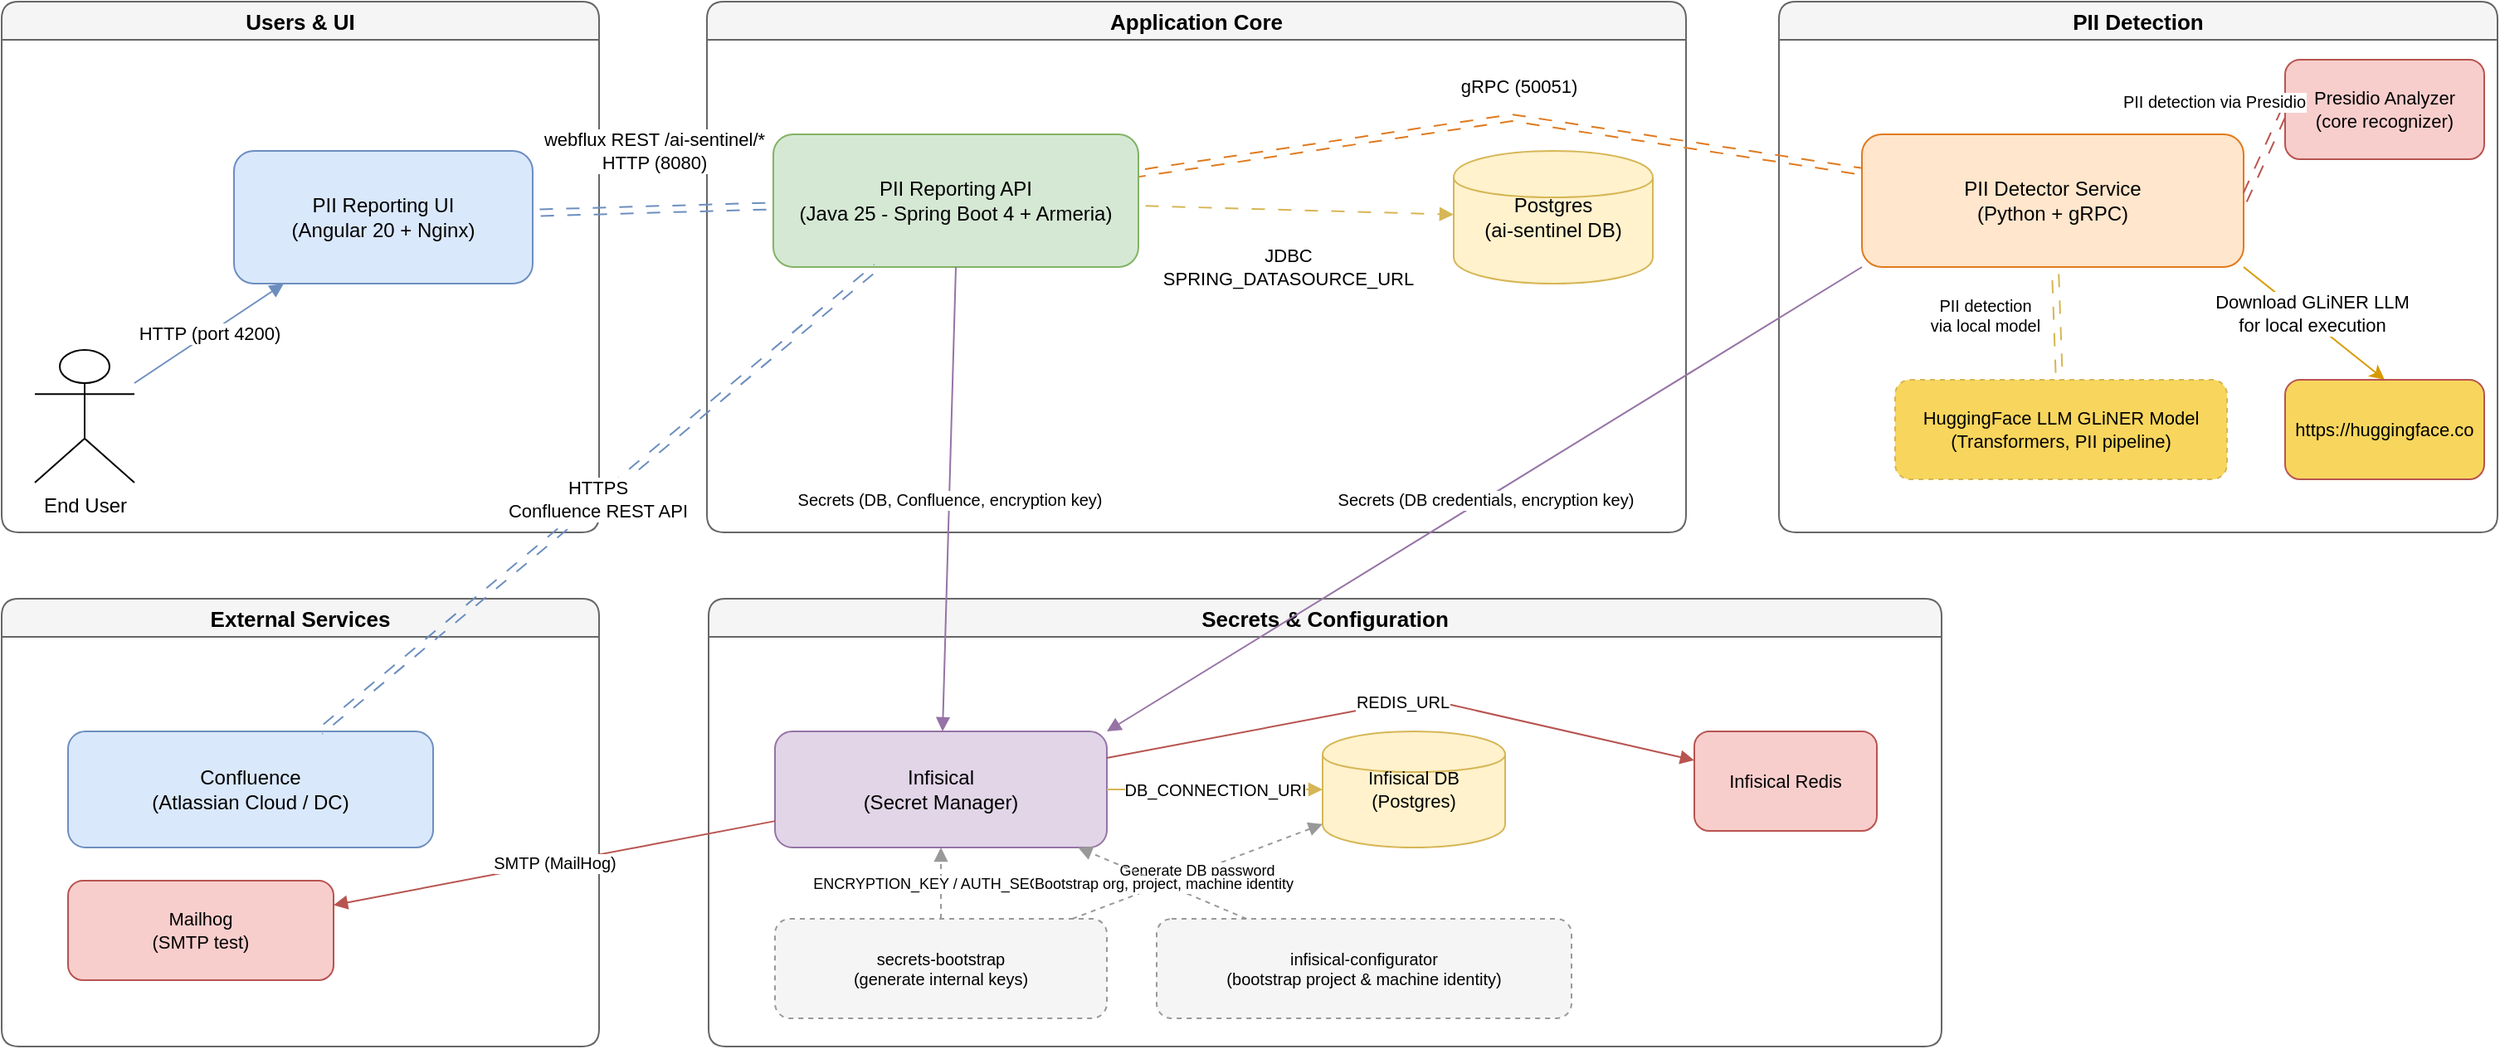
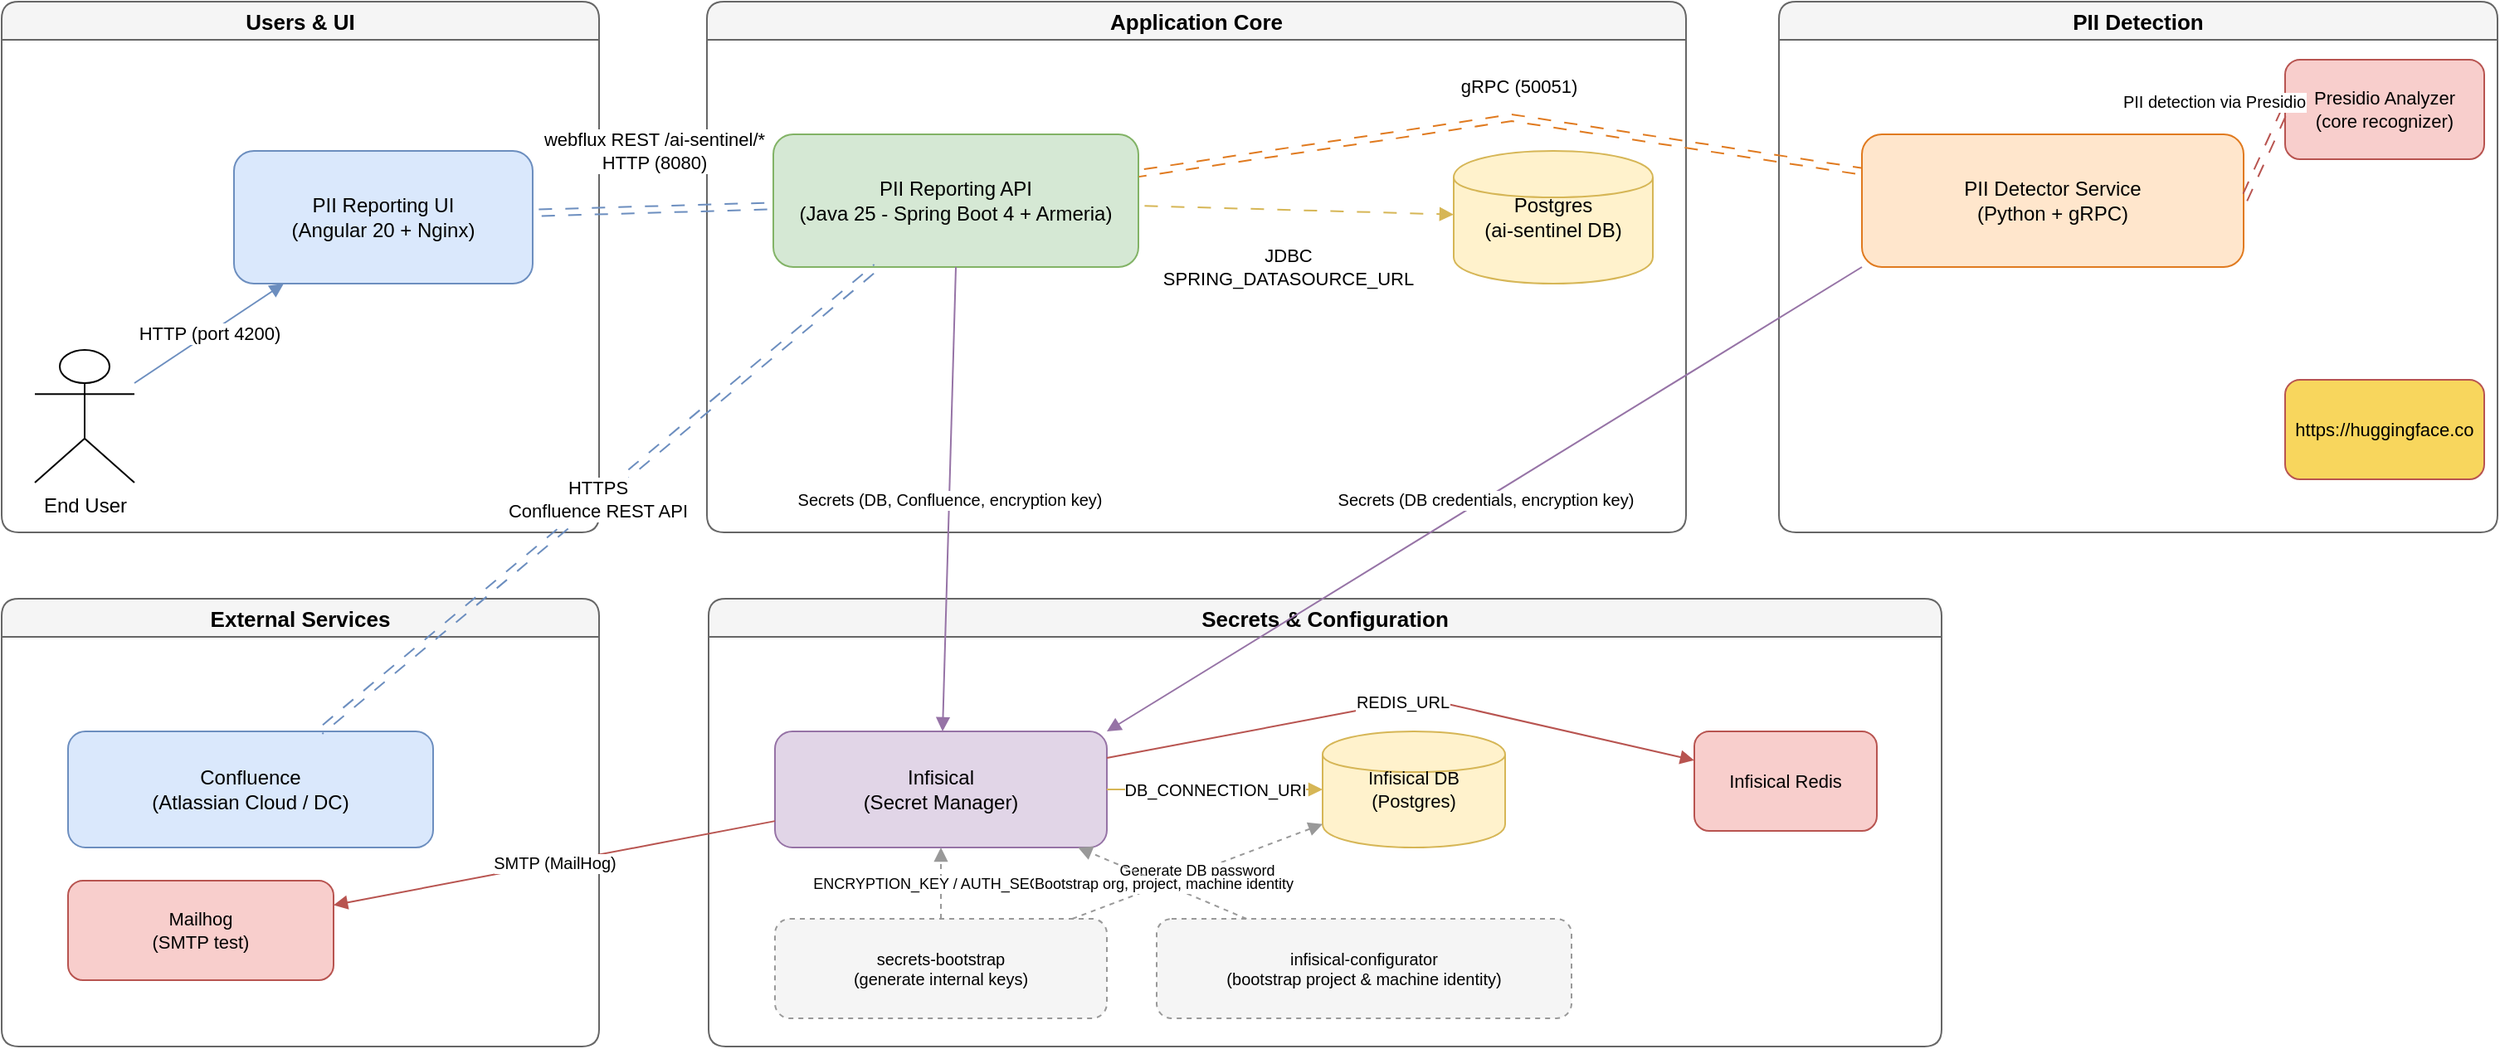
<mxfile host="app.diagrams.net" agent="Mozilla/5.0 (Windows NT 10.0; Win64; x64) AppleWebKit/537.36 (KHTML, like Gecko) Chrome/142.0.0.0 Safari/537.36" version="29.0.3">
  <diagram id="jGyH3qKUyeOlPn9naKsC" name="AI Sentinel - Component View">
    <mxGraphModel dx="1501" dy="1571" grid="0" gridSize="10" guides="0" tooltips="1" connect="1" arrows="1" fold="1" page="0" pageScale="1" pageWidth="850" pageHeight="1100" math="0" shadow="0">
      <root>
        <mxCell id="0" />
        <mxCell id="1" parent="0" />
        <mxCell id="QbP0zrG1yisw16LyJvj7-76" value="Users &amp; UI" style="swimlane;rounded=1;fillColor=#f5f5f5;strokeColor=#666666;fontStyle=1;fontSize=13;" parent="1" vertex="1">
          <mxGeometry x="40" y="40" width="360" height="320" as="geometry" />
        </mxCell>
        <mxCell id="QbP0zrG1yisw16LyJvj7-77" value="End User" style="shape=umlActor;verticalLabelPosition=bottom;verticalAlign=top;html=1;fontSize=12;" parent="QbP0zrG1yisw16LyJvj7-76" vertex="1">
          <mxGeometry x="20" y="210" width="60" height="80" as="geometry" />
        </mxCell>
        <mxCell id="QbP0zrG1yisw16LyJvj7-78" value="PII Reporting UI&lt;br&gt;(Angular 20 + Nginx)" style="shape=rectangle;rounded=1;whiteSpace=wrap;html=1;fillColor=#dae8fc;strokeColor=#6c8ebf;fontSize=12;" parent="QbP0zrG1yisw16LyJvj7-76" vertex="1">
          <mxGeometry x="140" y="90" width="180" height="80" as="geometry" />
        </mxCell>
        <mxCell id="QbP0zrG1yisw16LyJvj7-79" value="HTTP (port 4200)" style="endArrow=block;html=1;strokeColor=#6c8ebf;fontSize=11;" parent="QbP0zrG1yisw16LyJvj7-76" source="QbP0zrG1yisw16LyJvj7-77" target="QbP0zrG1yisw16LyJvj7-78" edge="1">
          <mxGeometry relative="1" as="geometry" />
        </mxCell>
        <mxCell id="QbP0zrG1yisw16LyJvj7-80" value="Application Core" style="swimlane;rounded=1;fillColor=#f5f5f5;strokeColor=#666666;fontStyle=1;fontSize=13;" parent="1" vertex="1">
          <mxGeometry x="465" y="40" width="590" height="320" as="geometry" />
        </mxCell>
        <mxCell id="QbP0zrG1yisw16LyJvj7-81" value="PII Reporting API&lt;br&gt;(Java 25 - Spring Boot 4 + Armeria)" style="shape=rectangle;rounded=1;whiteSpace=wrap;html=1;fillColor=#d5e8d4;strokeColor=#82b366;fontSize=12;" parent="QbP0zrG1yisw16LyJvj7-80" vertex="1">
          <mxGeometry x="40" y="80" width="220" height="80" as="geometry" />
        </mxCell>
        <mxCell id="QbP0zrG1yisw16LyJvj7-82" value="Postgres&#xa;(ai-sentinel DB)" style="shape=cylinder;whiteSpace=wrap;html=1;fillColor=#fff2cc;strokeColor=#d6b656;fontSize=12;" parent="QbP0zrG1yisw16LyJvj7-80" vertex="1">
          <mxGeometry x="450" y="90" width="120" height="80" as="geometry" />
        </mxCell>
        <mxCell id="QbP0zrG1yisw16LyJvj7-83" value="JDBC&#xa;SPRING_DATASOURCE_URL" style="endArrow=block;html=1;strokeColor=#d6b656;fontSize=11;flowAnimation=1;" parent="QbP0zrG1yisw16LyJvj7-80" source="QbP0zrG1yisw16LyJvj7-81" target="QbP0zrG1yisw16LyJvj7-82" edge="1">
          <mxGeometry x="-0.0426" y="-34" relative="1" as="geometry">
            <mxPoint as="offset" />
          </mxGeometry>
        </mxCell>
        <mxCell id="QbP0zrG1yisw16LyJvj7-84" value="webflux REST /ai-sentinel/*&lt;br&gt;HTTP (8080)" style="endArrow=block;html=1;strokeColor=#6c8ebf;fontSize=11;shape=link;flowAnimation=1;" parent="1" source="QbP0zrG1yisw16LyJvj7-78" target="QbP0zrG1yisw16LyJvj7-81" edge="1">
          <mxGeometry x="0.0184" y="35" relative="1" as="geometry">
            <mxPoint as="offset" />
          </mxGeometry>
        </mxCell>
        <mxCell id="QbP0zrG1yisw16LyJvj7-85" value="PII Detection" style="swimlane;rounded=1;fillColor=#f5f5f5;strokeColor=#666666;fontStyle=1;fontSize=13;" parent="1" vertex="1">
          <mxGeometry x="1111" y="40" width="433" height="320" as="geometry" />
        </mxCell>
-         <mxCell id="LmYVKYkXQ7oPD1M7x9QE-3" style="rounded=0;orthogonalLoop=1;jettySize=auto;html=1;exitX=1;exitY=1;exitDx=0;exitDy=0;entryX=0.5;entryY=0;entryDx=0;entryDy=0;fillColor=#ffe6cc;strokeColor=#d79b00;" edge="1" parent="QbP0zrG1yisw16LyJvj7-85" source="QbP0zrG1yisw16LyJvj7-86" target="LmYVKYkXQ7oPD1M7x9QE-1">
-           <mxGeometry relative="1" as="geometry" />
-         </mxCell>
-         <mxCell id="LmYVKYkXQ7oPD1M7x9QE-4" value="Download GLiNER LLM &lt;br&gt;for local execution" style="edgeLabel;html=1;align=center;verticalAlign=middle;resizable=0;points=[];" vertex="1" connectable="0" parent="LmYVKYkXQ7oPD1M7x9QE-3">
-           <mxGeometry x="-0.4384" relative="1" as="geometry">
-             <mxPoint x="17" y="9" as="offset" />
-           </mxGeometry>
-         </mxCell>
        <mxCell id="QbP0zrG1yisw16LyJvj7-86" value="PII Detector Service&#xa;(Python + gRPC)" style="shape=rectangle;rounded=1;whiteSpace=wrap;html=1;fillColor=#ffe6cc;strokeColor=#e07a1f;fontSize=12;" parent="QbP0zrG1yisw16LyJvj7-85" vertex="1">
          <mxGeometry x="50" y="80" width="230" height="80" as="geometry" />
        </mxCell>
-         <mxCell id="QbP0zrG1yisw16LyJvj7-87" value="HuggingFace LLM GLiNER Model&lt;br&gt;(Transformers, PII pipeline)" style="shape=rectangle;rounded=1;dashed=1;whiteSpace=wrap;html=1;fillColor=#F8D65D;strokeColor=#d6b656;fontSize=11;" parent="QbP0zrG1yisw16LyJvj7-85" vertex="1">
-           <mxGeometry x="70" y="228" width="200" height="60" as="geometry" />
-         </mxCell>
        <mxCell id="QbP0zrG1yisw16LyJvj7-88" value="Presidio Analyzer&lt;br&gt;(core recognizer)" style="shape=rectangle;rounded=1;whiteSpace=wrap;html=1;fillColor=#f8cecc;strokeColor=#b85450;fontSize=11;" parent="QbP0zrG1yisw16LyJvj7-85" vertex="1">
          <mxGeometry x="305" y="35" width="120" height="60" as="geometry" />
-         </mxCell>
-         <mxCell id="QbP0zrG1yisw16LyJvj7-89" value="PII detection &lt;br&gt;via local model" style="endArrow=block;html=1;strokeColor=#d6b656;fontSize=10;flowAnimation=1;shape=link;" parent="QbP0zrG1yisw16LyJvj7-85" source="QbP0zrG1yisw16LyJvj7-86" target="QbP0zrG1yisw16LyJvj7-87" edge="1">
-           <mxGeometry x="-0.1872" y="-43" relative="1" as="geometry">
-             <mxPoint as="offset" />
-           </mxGeometry>
        </mxCell>
        <mxCell id="QbP0zrG1yisw16LyJvj7-90" value="PII detection via Presidio" style="endArrow=block;html=1;strokeColor=#b85450;fontSize=10;flowAnimation=1;shape=link;entryX=0;entryY=0.5;entryDx=0;entryDy=0;exitX=1;exitY=0.5;exitDx=0;exitDy=0;" parent="QbP0zrG1yisw16LyJvj7-85" edge="1" target="QbP0zrG1yisw16LyJvj7-88" source="QbP0zrG1yisw16LyJvj7-86">
          <mxGeometry x="0.5494" y="41" relative="1" as="geometry">
            <mxPoint x="228.42857142857156" y="160" as="sourcePoint" />
            <mxPoint x="335.92857142857156" y="230" as="targetPoint" />
            <mxPoint as="offset" />
          </mxGeometry>
        </mxCell>
        <mxCell id="LmYVKYkXQ7oPD1M7x9QE-1" value="https://huggingface.co" style="shape=rectangle;rounded=1;whiteSpace=wrap;html=1;fillColor=#F8D65D;strokeColor=#b85450;fontSize=11;" vertex="1" parent="QbP0zrG1yisw16LyJvj7-85">
          <mxGeometry x="305" y="228" width="120" height="60" as="geometry" />
        </mxCell>
        <mxCell id="QbP0zrG1yisw16LyJvj7-91" value="gRPC (50051)" style="endArrow=block;html=1;strokeColor=#e07a1f;fontSize=11;flowAnimation=1;shape=link;" parent="1" source="QbP0zrG1yisw16LyJvj7-81" target="QbP0zrG1yisw16LyJvj7-86" edge="1">
          <mxGeometry x="0.0499" y="20" relative="1" as="geometry">
            <Array as="points">
              <mxPoint x="950" y="110" />
            </Array>
            <mxPoint x="-3" as="offset" />
          </mxGeometry>
        </mxCell>
        <mxCell id="QbP0zrG1yisw16LyJvj7-92" value="Secrets &amp; Configuration" style="swimlane;rounded=1;fillColor=#f5f5f5;strokeColor=#666666;fontStyle=1;fontSize=13;" parent="1" vertex="1">
          <mxGeometry x="466" y="400" width="743" height="270" as="geometry" />
        </mxCell>
        <mxCell id="QbP0zrG1yisw16LyJvj7-93" value="Infisical&#xa;(Secret Manager)" style="shape=rectangle;rounded=1;whiteSpace=wrap;html=1;fillColor=#e1d5e7;strokeColor=#9673a6;fontSize=12;" parent="QbP0zrG1yisw16LyJvj7-92" vertex="1">
          <mxGeometry x="40" y="80" width="200" height="70" as="geometry" />
        </mxCell>
        <mxCell id="QbP0zrG1yisw16LyJvj7-94" value="Infisical DB&#xa;(Postgres)" style="shape=cylinder;whiteSpace=wrap;html=1;fillColor=#fff2cc;strokeColor=#d6b656;fontSize=11;" parent="QbP0zrG1yisw16LyJvj7-92" vertex="1">
          <mxGeometry x="370" y="80" width="110" height="70" as="geometry" />
        </mxCell>
        <mxCell id="QbP0zrG1yisw16LyJvj7-95" value="Infisical Redis" style="shape=rectangle;rounded=1;whiteSpace=wrap;html=1;fillColor=#f8cecc;strokeColor=#b85450;fontSize=11;" parent="QbP0zrG1yisw16LyJvj7-92" vertex="1">
          <mxGeometry x="594" y="80" width="110" height="60" as="geometry" />
        </mxCell>
        <mxCell id="QbP0zrG1yisw16LyJvj7-96" value="secrets-bootstrap&#xa;(generate internal keys)" style="shape=rectangle;rounded=1;dashed=1;whiteSpace=wrap;html=1;fillColor=#f5f5f5;strokeColor=#999999;fontSize=10;" parent="QbP0zrG1yisw16LyJvj7-92" vertex="1">
          <mxGeometry x="40" y="193" width="200" height="60" as="geometry" />
        </mxCell>
        <mxCell id="QbP0zrG1yisw16LyJvj7-97" value="infisical-configurator&#xa;(bootstrap project &amp; machine identity)" style="shape=rectangle;rounded=1;dashed=1;whiteSpace=wrap;html=1;fillColor=#f5f5f5;strokeColor=#999999;fontSize=10;" parent="QbP0zrG1yisw16LyJvj7-92" vertex="1">
          <mxGeometry x="270" y="193" width="250" height="60" as="geometry" />
        </mxCell>
        <mxCell id="QbP0zrG1yisw16LyJvj7-98" value="DB_CONNECTION_URI" style="endArrow=block;html=1;strokeColor=#d6b656;fontSize=10;" parent="QbP0zrG1yisw16LyJvj7-92" source="QbP0zrG1yisw16LyJvj7-93" target="QbP0zrG1yisw16LyJvj7-94" edge="1">
          <mxGeometry relative="1" as="geometry" />
        </mxCell>
        <mxCell id="QbP0zrG1yisw16LyJvj7-99" value="REDIS_URL" style="endArrow=block;html=1;strokeColor=#b85450;fontSize=10;" parent="QbP0zrG1yisw16LyJvj7-92" source="QbP0zrG1yisw16LyJvj7-93" target="QbP0zrG1yisw16LyJvj7-95" edge="1">
          <mxGeometry relative="1" as="geometry">
            <Array as="points">
              <mxPoint x="430" y="60" />
            </Array>
          </mxGeometry>
        </mxCell>
        <mxCell id="QbP0zrG1yisw16LyJvj7-100" value="Generate DB password" style="endArrow=block;html=1;dashed=1;strokeColor=#999999;fontSize=9;" parent="QbP0zrG1yisw16LyJvj7-92" source="QbP0zrG1yisw16LyJvj7-96" target="QbP0zrG1yisw16LyJvj7-94" edge="1">
          <mxGeometry relative="1" as="geometry" />
        </mxCell>
        <mxCell id="QbP0zrG1yisw16LyJvj7-101" value="ENCRYPTION_KEY / AUTH_SECRET" style="endArrow=block;html=1;dashed=1;strokeColor=#999999;fontSize=9;" parent="QbP0zrG1yisw16LyJvj7-92" source="QbP0zrG1yisw16LyJvj7-96" target="QbP0zrG1yisw16LyJvj7-93" edge="1">
          <mxGeometry relative="1" as="geometry" />
        </mxCell>
        <mxCell id="QbP0zrG1yisw16LyJvj7-102" value="Bootstrap org, project, machine identity" style="endArrow=block;html=1;dashed=1;strokeColor=#999999;fontSize=9;" parent="QbP0zrG1yisw16LyJvj7-92" source="QbP0zrG1yisw16LyJvj7-97" target="QbP0zrG1yisw16LyJvj7-93" edge="1">
          <mxGeometry relative="1" as="geometry" />
        </mxCell>
        <mxCell id="QbP0zrG1yisw16LyJvj7-103" value="External Services" style="swimlane;rounded=1;fillColor=#f5f5f5;strokeColor=#666666;fontStyle=1;fontSize=13;" parent="1" vertex="1">
          <mxGeometry x="40" y="400" width="360" height="270" as="geometry" />
        </mxCell>
        <mxCell id="QbP0zrG1yisw16LyJvj7-104" value="Confluence&#xa;(Atlassian Cloud / DC)" style="shape=rectangle;rounded=1;whiteSpace=wrap;html=1;fillColor=#dae8fc;strokeColor=#6c8ebf;fontSize=12;" parent="QbP0zrG1yisw16LyJvj7-103" vertex="1">
          <mxGeometry x="40" y="80" width="220" height="70" as="geometry" />
        </mxCell>
        <mxCell id="QbP0zrG1yisw16LyJvj7-105" value="Mailhog&#xa;(SMTP test)" style="shape=rectangle;rounded=1;whiteSpace=wrap;html=1;fillColor=#f8cecc;strokeColor=#b85450;fontSize=11;" parent="QbP0zrG1yisw16LyJvj7-103" vertex="1">
          <mxGeometry x="40" y="170" width="160" height="60" as="geometry" />
        </mxCell>
        <mxCell id="QbP0zrG1yisw16LyJvj7-107" value="HTTPS&#xa;Confluence REST API" style="endArrow=block;html=1;strokeColor=#6c8ebf;fontSize=11;flowAnimation=1;shape=link;" parent="1" source="QbP0zrG1yisw16LyJvj7-81" target="QbP0zrG1yisw16LyJvj7-104" edge="1">
          <mxGeometry relative="1" as="geometry" />
        </mxCell>
        <mxCell id="QbP0zrG1yisw16LyJvj7-108" value="SMTP (MailHog)" style="endArrow=block;html=1;strokeColor=#b85450;fontSize=10;" parent="1" source="QbP0zrG1yisw16LyJvj7-93" target="QbP0zrG1yisw16LyJvj7-105" edge="1">
          <mxGeometry relative="1" as="geometry" />
        </mxCell>
        <mxCell id="QbP0zrG1yisw16LyJvj7-110" value="Secrets (DB credentials, encryption key)" style="endArrow=block;html=1;strokeColor=#9673a6;fontSize=10;exitX=0;exitY=1;exitDx=0;exitDy=0;entryX=1;entryY=0;entryDx=0;entryDy=0;" parent="1" source="QbP0zrG1yisw16LyJvj7-86" target="QbP0zrG1yisw16LyJvj7-93" edge="1">
          <mxGeometry relative="1" as="geometry">
            <mxPoint x="848" y="287" as="targetPoint" />
          </mxGeometry>
        </mxCell>
        <mxCell id="QbP0zrG1yisw16LyJvj7-109" value="Secrets (DB, Confluence, encryption key)" style="endArrow=block;html=1;strokeColor=#9673a6;fontSize=10;exitX=0.5;exitY=1;exitDx=0;exitDy=0;" parent="1" source="QbP0zrG1yisw16LyJvj7-81" target="QbP0zrG1yisw16LyJvj7-93" edge="1">
          <mxGeometry relative="1" as="geometry">
            <mxPoint x="569.9973239436621" y="503" as="sourcePoint" />
            <mxPoint x="577.0959154929577" y="223" as="targetPoint" />
          </mxGeometry>
        </mxCell>
      </root>
    </mxGraphModel>
  </diagram>
</mxfile>
